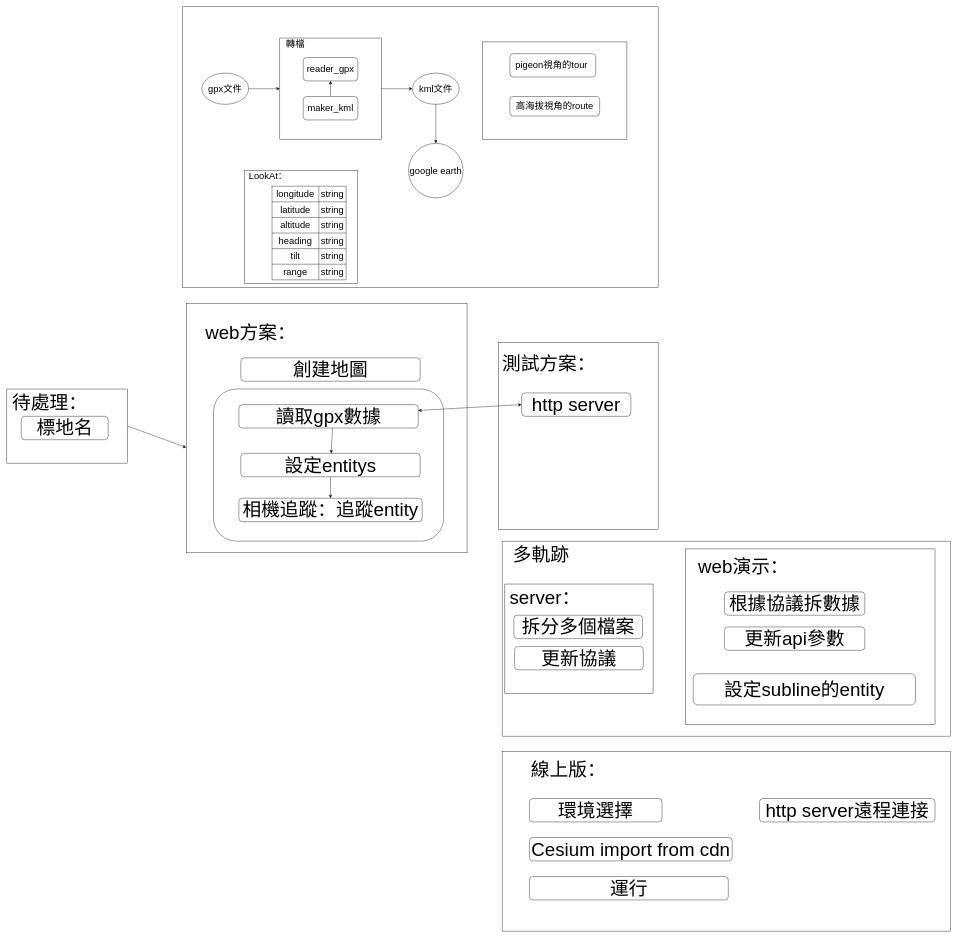
Above: 3d展示.drawio in pengzhen80/PigeonRace (draw.io), before the change. Source tidied: cells renumbered, new cells numbered last; positions are measured from the earlier drawing's top-left corner, leaving out a move shared by most shapes. Both pictures are drawn from the tidied source at 39%, with x=0, y=0 at pixel (7, 7).
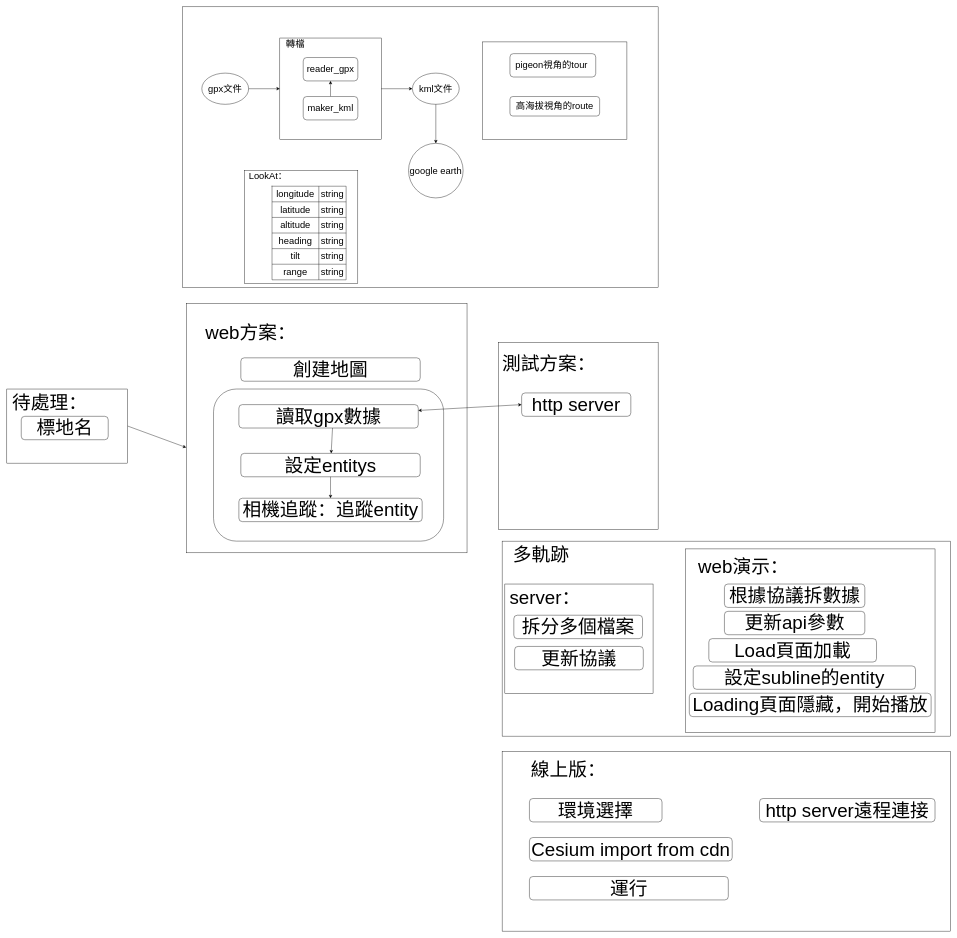
The same diagram, later.

Change to the diagram source:
```diff
@@
     <mxCell id="61" style="rounded=0;whiteSpace=wrap;html=1;fontSize=48;" parent="1" vertex="1">
-      <mxGeometry x="1740" y="1390" width="640" height="450" as="geometry" />
+      <mxGeometry x="1740" y="1390" width="640" height="470" as="geometry" />
     </mxCell>
@@
     <mxCell id="63" value="根據協議拆數據" style="rounded=1;whiteSpace=wrap;html=1;fontSize=48;" parent="1" vertex="1">
-      <mxGeometry x="1840" y="1500" width="360" height="60" as="geometry" />
+      <mxGeometry x="1840" y="1480" width="360" height="60" as="geometry" />
     </mxCell>
     <mxCell id="64" value="更新api參數" style="rounded=1;whiteSpace=wrap;html=1;fontSize=48;" parent="1" vertex="1">
-      <mxGeometry x="1840" y="1590" width="360" height="60" as="geometry" />
+      <mxGeometry x="1840" y="1550" width="360" height="60" as="geometry" />
     </mxCell>
     <mxCell id="65" value="設定subline的entity" style="rounded=1;whiteSpace=wrap;html=1;fontSize=48;" parent="1" vertex="1">
-      <mxGeometry x="1760" y="1710" width="570" height="80" as="geometry" />
+      <mxGeometry x="1760" y="1690" width="570" height="60" as="geometry" />
     </mxCell>
@@
+    <mxCell id="72" value="&lt;font style=&quot;font-size: 48px&quot;&gt;Load頁面加載&lt;/font&gt;" style="rounded=1;whiteSpace=wrap;html=1;fontSize=14;" parent="1" vertex="1">
+      <mxGeometry x="1800" y="1620" width="430" height="60" as="geometry" />
+    </mxCell>
+    <mxCell id="73" value="&lt;font style=&quot;font-size: 48px&quot;&gt;Loading頁面隱藏，開始播放&lt;/font&gt;" style="rounded=1;whiteSpace=wrap;html=1;fontSize=14;" parent="1" vertex="1">
+      <mxGeometry x="1750" y="1760" width="620" height="60" as="geometry" />
+    </mxCell>
```
